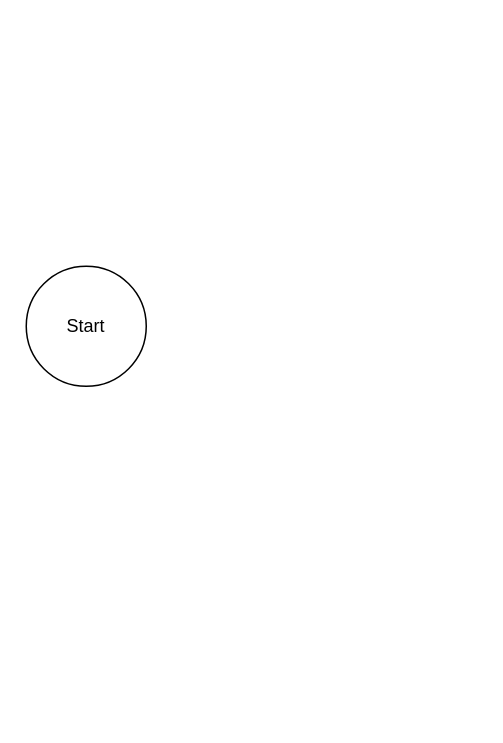
The draw.io diagram profes-jsep.drawio in devgranlund/ahmed, before the edit. Source tidied: cells renumbered, new cells numbered last; positions are measured from the earlier drawing's top-left corner, leaving out a move shared by most shapes. Both pictures are drawn from the tidied source at 150%, with x=0, y=0 at pixel (26, 266).
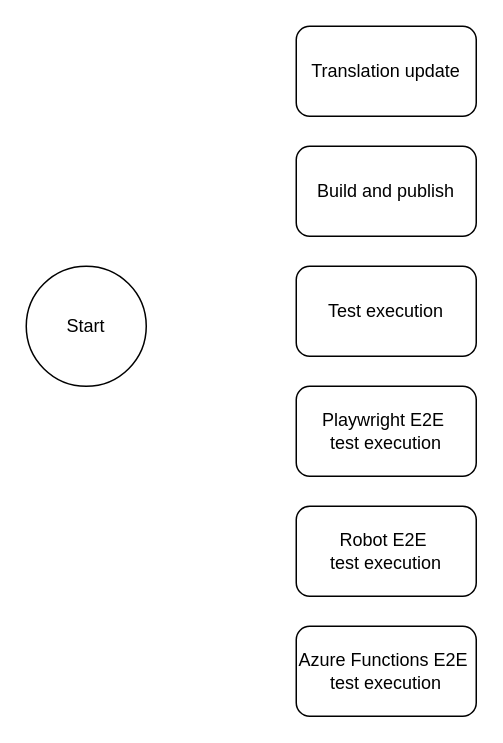
The same diagram, later.

Diff of the diagram source:
```diff
@@
 <mxGraphModel>
   <root>
     <mxCell id="0" />
     <mxCell id="1" parent="0" />
     <mxCell id="2" value="Start" style="ellipse;whiteSpace=wrap;html=1;" parent="1" vertex="1">
       <mxGeometry width="80" height="80" as="geometry" />
     </mxCell>
+    <mxCell id="3" value="Translation update" style="rounded=1;whiteSpace=wrap;html=1;" parent="1" vertex="1">
+      <mxGeometry x="180" y="-160" width="120" height="60" as="geometry" />
+    </mxCell>
+    <mxCell id="4" value="Build and publish" style="rounded=1;whiteSpace=wrap;html=1;" parent="1" vertex="1">
+      <mxGeometry x="180" y="-80" width="120" height="60" as="geometry" />
+    </mxCell>
+    <mxCell id="5" value="Test execution" style="rounded=1;whiteSpace=wrap;html=1;" parent="1" vertex="1">
+      <mxGeometry x="180" width="120" height="60" as="geometry" />
+    </mxCell>
+    <mxCell id="6" value="Playwright E2E&amp;nbsp;&lt;div&gt;test execution&lt;/div&gt;" style="rounded=1;whiteSpace=wrap;html=1;" parent="1" vertex="1">
+      <mxGeometry x="180" y="80" width="120" height="60" as="geometry" />
+    </mxCell>
+    <mxCell id="7" value="Robot E2E&amp;nbsp;&lt;div&gt;test execution&lt;/div&gt;" style="rounded=1;whiteSpace=wrap;html=1;" parent="1" vertex="1">
+      <mxGeometry x="180" y="160" width="120" height="60" as="geometry" />
+    </mxCell>
+    <mxCell id="8" value="Azure Functions E2E&amp;nbsp;&lt;div&gt;test execution&lt;/div&gt;" style="rounded=1;whiteSpace=wrap;html=1;" parent="1" vertex="1">
+      <mxGeometry x="180" y="240" width="120" height="60" as="geometry" />
+    </mxCell>
   </root>
 </mxGraphModel>
```
